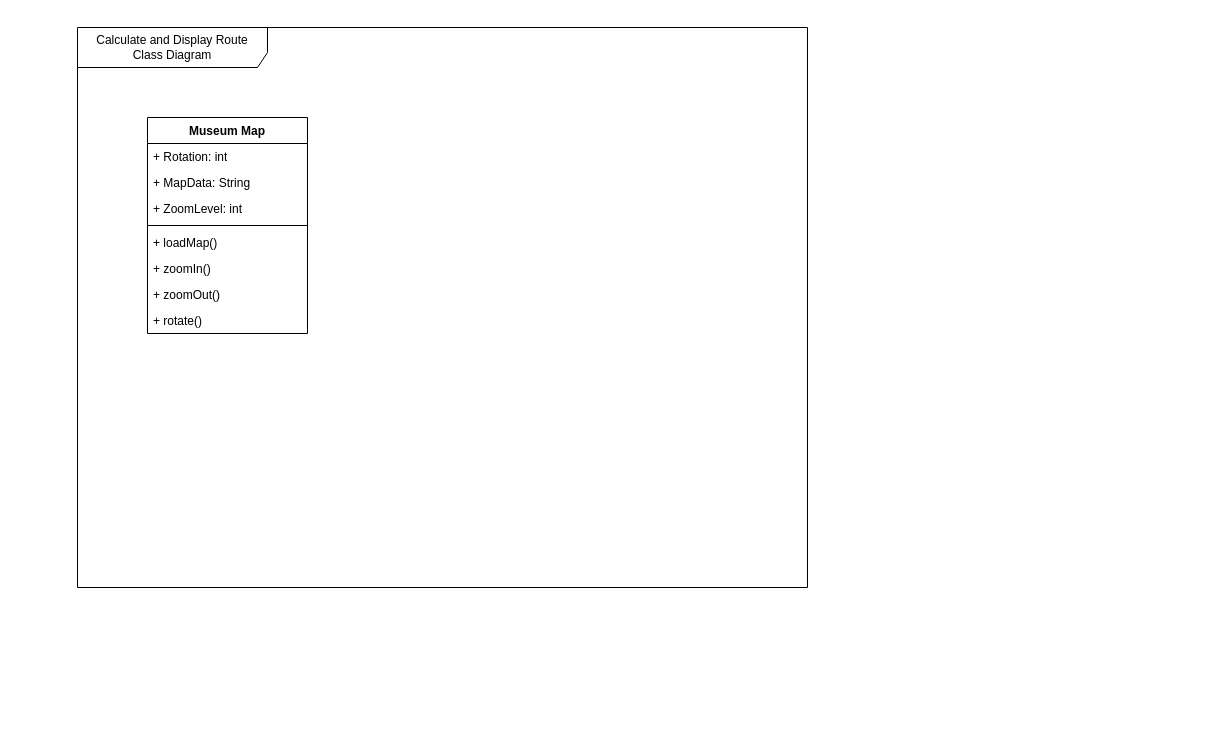
Above: Class Diagrams/Calculate and Display Route.drawio in gsklaven/MusePath (draw.io), before the change. Source tidied: cells renumbered, new cells numbered last; positions are measured from the earlier drawing's top-left corner, leaving out a move shared by most shapes. Both pictures are drawn from the tidied source at 100%, with x=0, y=0 at pixel (77, 27).
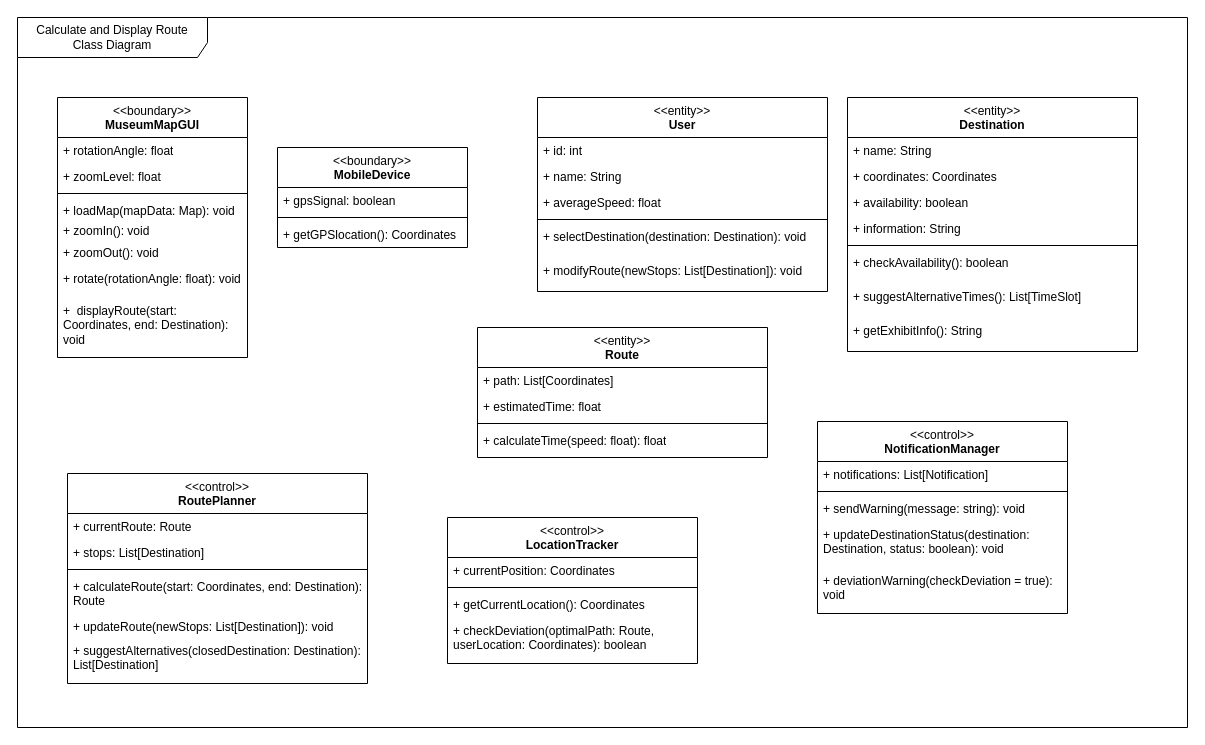
The same page after the edit.

Commit message:
update class diagram

What changed in the source:
```diff
@@
-    <mxCell id="2" value="Museum Map" style="swimlane;fontStyle=1;align=center;verticalAlign=top;horizontal=1;startSize=26;whiteSpace=wrap;html=1;" parent="1" vertex="1">
-      <mxGeometry x="70" y="90" width="160" height="216" as="geometry" />
+    <mxCell id="2" value="&lt;div&gt;&lt;span style=&quot;font-weight: normal;&quot;&gt;&amp;lt;&amp;lt;boundary&amp;gt;&amp;gt;&lt;/span&gt;&lt;/div&gt;MuseumMapGUI" style="swimlane;fontStyle=1;align=center;verticalAlign=top;horizontal=1;startSize=40;whiteSpace=wrap;html=1;" parent="1" vertex="1">
+      <mxGeometry x="-20" y="70" width="190" height="260" as="geometry" />
     </mxCell>
-    <mxCell id="3" value="+ Rotation: int" style="text;strokeColor=none;fillColor=none;align=left;verticalAlign=top;spacingLeft=4;spacingRight=4;overflow=hidden;whiteSpace=wrap;html=1;" parent="2" vertex="1">
-      <mxGeometry y="26" width="160" height="26" as="geometry" />
+    <mxCell id="3" value="+ rotationAngle: float" style="text;strokeColor=none;fillColor=none;align=left;verticalAlign=top;spacingLeft=4;spacingRight=4;overflow=hidden;whiteSpace=wrap;html=1;" parent="2" vertex="1">
+      <mxGeometry y="40" width="190" height="26" as="geometry" />
     </mxCell>
-    <mxCell id="4" value="+ MapData: String" style="text;strokeColor=none;fillColor=none;align=left;verticalAlign=top;spacingLeft=4;spacingRight=4;overflow=hidden;whiteSpace=wrap;html=1;" parent="2" vertex="1">
-      <mxGeometry y="52" width="160" height="26" as="geometry" />
-    </mxCell>
-    <mxCell id="5" value="+ ZoomLevel: int" style="text;strokeColor=none;fillColor=none;align=left;verticalAlign=top;spacingLeft=4;spacingRight=4;overflow=hidden;whiteSpace=wrap;html=1;" parent="2" vertex="1">
-      <mxGeometry y="78" width="160" height="26" as="geometry" />
+    <mxCell id="5" value="+ zoomLevel: float" style="text;strokeColor=none;fillColor=none;align=left;verticalAlign=top;spacingLeft=4;spacingRight=4;overflow=hidden;whiteSpace=wrap;html=1;" parent="2" vertex="1">
+      <mxGeometry y="66" width="190" height="26" as="geometry" />
     </mxCell>
     <mxCell id="6" style="line;strokeWidth=1;fillColor=none;align=left;verticalAlign=middle;spacingTop=-1;spacingLeft=3;spacingRight=3;labelPosition=right;strokeColor=inherit;" parent="2" vertex="1">
-      <mxGeometry y="104" width="160" height="8" as="geometry" />
+      <mxGeometry y="92" width="190" height="8" as="geometry" />
     </mxCell>
-    <mxCell id="7" value="+ loadMap()" style="text;strokeColor=none;fillColor=none;align=left;verticalAlign=top;spacingLeft=4;spacingRight=4;overflow=hidden;whiteSpace=wrap;html=1;" parent="2" vertex="1">
-      <mxGeometry y="112" width="160" height="26" as="geometry" />
+    <mxCell id="7" value="+ loadMap(mapData: Map): void" style="text;strokeColor=none;fillColor=none;align=left;verticalAlign=top;spacingLeft=4;spacingRight=4;overflow=hidden;whiteSpace=wrap;html=1;" parent="2" vertex="1">
+      <mxGeometry y="100" width="190" height="20" as="geometry" />
     </mxCell>
-    <mxCell id="8" value="+ zoomIn()" style="text;strokeColor=none;fillColor=none;align=left;verticalAlign=top;spacingLeft=4;spacingRight=4;overflow=hidden;whiteSpace=wrap;html=1;" parent="2" vertex="1">
-      <mxGeometry y="138" width="160" height="26" as="geometry" />
+    <mxCell id="8" value="+ zoomIn(): void" style="text;strokeColor=none;fillColor=none;align=left;verticalAlign=top;spacingLeft=4;spacingRight=4;overflow=hidden;whiteSpace=wrap;html=1;" parent="2" vertex="1">
+      <mxGeometry y="120" width="190" height="22" as="geometry" />
     </mxCell>
-    <mxCell id="9" value="+ zoomOut()" style="text;strokeColor=none;fillColor=none;align=left;verticalAlign=top;spacingLeft=4;spacingRight=4;overflow=hidden;whiteSpace=wrap;html=1;" parent="2" vertex="1">
-      <mxGeometry y="164" width="160" height="26" as="geometry" />
+    <mxCell id="9" value="+ zoomOut(): void" style="text;strokeColor=none;fillColor=none;align=left;verticalAlign=top;spacingLeft=4;spacingRight=4;overflow=hidden;whiteSpace=wrap;html=1;" parent="2" vertex="1">
+      <mxGeometry y="142" width="190" height="26" as="geometry" />
     </mxCell>
+    <mxCell id="12" value="+ rotate(rotationAngle: float): void" style="text;strokeColor=none;fillColor=none;align=left;verticalAlign=top;spacingLeft=4;spacingRight=4;overflow=hidden;whiteSpace=wrap;html=1;" parent="2" vertex="1">
+      <mxGeometry y="168" width="190" height="32" as="geometry" />
+    </mxCell>
-    <mxCell id="10" value="+ rotate()" style="text;strokeColor=none;fillColor=none;align=left;verticalAlign=top;spacingLeft=4;spacingRight=4;overflow=hidden;whiteSpace=wrap;html=1;" parent="2" vertex="1">
-      <mxGeometry y="190" width="160" height="26" as="geometry" />
+    <mxCell id="10" value="+&amp;nbsp;&amp;nbsp;displayRoute(start: Coordinates, end: Destination): void" style="text;strokeColor=none;fillColor=none;align=left;verticalAlign=top;spacingLeft=4;spacingRight=4;overflow=hidden;whiteSpace=wrap;html=1;" parent="2" vertex="1">
+      <mxGeometry y="200" width="190" height="60" as="geometry" />
     </mxCell>
     <mxCell id="11" value="Calculate and Display Route&lt;div&gt;Class Diagram&lt;/div&gt;" style="shape=umlFrame;whiteSpace=wrap;html=1;width=190;height=40;" parent="1" vertex="1">
-      <mxGeometry width="730" height="560" as="geometry" />
+      <mxGeometry x="-60" y="-10" width="1170" height="710" as="geometry" />
     </mxCell>
+    <mxCell id="13" value="&lt;div&gt;&lt;span style=&quot;font-weight: normal;&quot;&gt;&amp;lt;&amp;lt;boundary&amp;gt;&amp;gt;&lt;/span&gt;&lt;/div&gt;MobileDevice" style="swimlane;fontStyle=1;align=center;verticalAlign=top;horizontal=1;startSize=40;whiteSpace=wrap;html=1;" parent="1" vertex="1">
+      <mxGeometry x="200" y="120" width="190" height="100" as="geometry" />
+    </mxCell>
+    <mxCell id="14" value="+ gpsSignal: boolean" style="text;strokeColor=none;fillColor=none;align=left;verticalAlign=top;spacingLeft=4;spacingRight=4;overflow=hidden;whiteSpace=wrap;html=1;" parent="13" vertex="1">
+      <mxGeometry y="40" width="190" height="26" as="geometry" />
+    </mxCell>
+    <mxCell id="15" style="line;strokeWidth=1;fillColor=none;align=left;verticalAlign=middle;spacingTop=-1;spacingLeft=3;spacingRight=3;labelPosition=right;strokeColor=inherit;" parent="13" vertex="1">
+      <mxGeometry y="66" width="190" height="8" as="geometry" />
+    </mxCell>
+    <mxCell id="16" value="+ getGPSlocation(): Coordinates" style="text;strokeColor=none;fillColor=none;align=left;verticalAlign=top;spacingLeft=4;spacingRight=4;overflow=hidden;whiteSpace=wrap;html=1;" parent="13" vertex="1">
+      <mxGeometry y="74" width="190" height="26" as="geometry" />
+    </mxCell>
+    <mxCell id="17" value="&lt;div&gt;&lt;span style=&quot;font-weight: normal;&quot;&gt;&amp;lt;&amp;lt;entity&amp;gt;&amp;gt;&lt;/span&gt;&lt;/div&gt;User" style="swimlane;fontStyle=1;align=center;verticalAlign=top;horizontal=1;startSize=40;whiteSpace=wrap;html=1;" parent="1" vertex="1">
+      <mxGeometry x="460" y="70" width="290" height="194" as="geometry" />
+    </mxCell>
+    <mxCell id="18" value="+ id: int" style="text;strokeColor=none;fillColor=none;align=left;verticalAlign=top;spacingLeft=4;spacingRight=4;overflow=hidden;whiteSpace=wrap;html=1;" parent="17" vertex="1">
+      <mxGeometry y="40" width="290" height="26" as="geometry" />
+    </mxCell>
+    <mxCell id="19" value="+ name: String" style="text;strokeColor=none;fillColor=none;align=left;verticalAlign=top;spacingLeft=4;spacingRight=4;overflow=hidden;whiteSpace=wrap;html=1;" parent="17" vertex="1">
+      <mxGeometry y="66" width="290" height="26" as="geometry" />
+    </mxCell>
+    <mxCell id="20" value="+ averageSpeed: float" style="text;strokeColor=none;fillColor=none;align=left;verticalAlign=top;spacingLeft=4;spacingRight=4;overflow=hidden;whiteSpace=wrap;html=1;" parent="17" vertex="1">
+      <mxGeometry y="92" width="290" height="26" as="geometry" />
+    </mxCell>
+    <mxCell id="21" style="line;strokeWidth=1;fillColor=none;align=left;verticalAlign=middle;spacingTop=-1;spacingLeft=3;spacingRight=3;labelPosition=right;strokeColor=inherit;" parent="17" vertex="1">
+      <mxGeometry y="118" width="290" height="8" as="geometry" />
+    </mxCell>
+    <mxCell id="22" value="+ selectDestination(destination: Destination): void" style="text;strokeColor=none;fillColor=none;align=left;verticalAlign=top;spacingLeft=4;spacingRight=4;overflow=hidden;whiteSpace=wrap;html=1;" parent="17" vertex="1">
+      <mxGeometry y="126" width="290" height="34" as="geometry" />
+    </mxCell>
+    <mxCell id="23" value="+ modifyRoute(newStops: List[Destination]): void" style="text;strokeColor=none;fillColor=none;align=left;verticalAlign=top;spacingLeft=4;spacingRight=4;overflow=hidden;whiteSpace=wrap;html=1;" parent="17" vertex="1">
+      <mxGeometry y="160" width="290" height="34" as="geometry" />
+    </mxCell>
+    <mxCell id="24" value="&lt;div&gt;&lt;span style=&quot;font-weight: normal;&quot;&gt;&amp;lt;&amp;lt;entity&amp;gt;&amp;gt;&lt;/span&gt;&lt;/div&gt;Destination" style="swimlane;fontStyle=1;align=center;verticalAlign=top;horizontal=1;startSize=40;whiteSpace=wrap;html=1;" parent="1" vertex="1">
+      <mxGeometry x="770" y="70" width="290" height="254" as="geometry" />
+    </mxCell>
+    <mxCell id="25" value="+ name: String" style="text;strokeColor=none;fillColor=none;align=left;verticalAlign=top;spacingLeft=4;spacingRight=4;overflow=hidden;whiteSpace=wrap;html=1;" parent="24" vertex="1">
+      <mxGeometry y="40" width="290" height="26" as="geometry" />
+    </mxCell>
+    <mxCell id="26" value="+ coordinates: Coordinates" style="text;strokeColor=none;fillColor=none;align=left;verticalAlign=top;spacingLeft=4;spacingRight=4;overflow=hidden;whiteSpace=wrap;html=1;" parent="24" vertex="1">
+      <mxGeometry y="66" width="290" height="26" as="geometry" />
+    </mxCell>
+    <mxCell id="27" value="+ availability: boolean" style="text;strokeColor=none;fillColor=none;align=left;verticalAlign=top;spacingLeft=4;spacingRight=4;overflow=hidden;whiteSpace=wrap;html=1;" parent="24" vertex="1">
+      <mxGeometry y="92" width="290" height="26" as="geometry" />
+    </mxCell>
+    <mxCell id="28" value="+ information: String" style="text;strokeColor=none;fillColor=none;align=left;verticalAlign=top;spacingLeft=4;spacingRight=4;overflow=hidden;whiteSpace=wrap;html=1;" parent="24" vertex="1">
+      <mxGeometry y="118" width="290" height="26" as="geometry" />
+    </mxCell>
+    <mxCell id="29" style="line;strokeWidth=1;fillColor=none;align=left;verticalAlign=middle;spacingTop=-1;spacingLeft=3;spacingRight=3;labelPosition=right;strokeColor=inherit;" parent="24" vertex="1">
+      <mxGeometry y="144" width="290" height="8" as="geometry" />
+    </mxCell>
+    <mxCell id="30" value="+ checkAvailability(): boolean" style="text;strokeColor=none;fillColor=none;align=left;verticalAlign=top;spacingLeft=4;spacingRight=4;overflow=hidden;whiteSpace=wrap;html=1;" parent="24" vertex="1">
+      <mxGeometry y="152" width="290" height="34" as="geometry" />
+    </mxCell>
+    <mxCell id="31" value="+ suggestAlternativeTimes(): List[TimeSlot]" style="text;strokeColor=none;fillColor=none;align=left;verticalAlign=top;spacingLeft=4;spacingRight=4;overflow=hidden;whiteSpace=wrap;html=1;" parent="24" vertex="1">
+      <mxGeometry y="186" width="290" height="34" as="geometry" />
+    </mxCell>
+    <mxCell id="32" value="+&amp;nbsp;getExhibitInfo(): String" style="text;strokeColor=none;fillColor=none;align=left;verticalAlign=top;spacingLeft=4;spacingRight=4;overflow=hidden;whiteSpace=wrap;html=1;" parent="24" vertex="1">
+      <mxGeometry y="220" width="290" height="34" as="geometry" />
+    </mxCell>
+    <mxCell id="33" value="&lt;div&gt;&lt;span style=&quot;font-weight: normal;&quot;&gt;&amp;lt;&amp;lt;entity&amp;gt;&amp;gt;&lt;/span&gt;&lt;/div&gt;Route" style="swimlane;fontStyle=1;align=center;verticalAlign=top;horizontal=1;startSize=40;whiteSpace=wrap;html=1;" parent="1" vertex="1">
+      <mxGeometry x="400" y="300" width="290" height="130" as="geometry" />
+    </mxCell>
+    <mxCell id="34" value="+ path: List[Coordinates]" style="text;strokeColor=none;fillColor=none;align=left;verticalAlign=top;spacingLeft=4;spacingRight=4;overflow=hidden;whiteSpace=wrap;html=1;" parent="33" vertex="1">
+      <mxGeometry y="40" width="290" height="26" as="geometry" />
+    </mxCell>
+    <mxCell id="35" value="+ estimatedTime: float" style="text;strokeColor=none;fillColor=none;align=left;verticalAlign=top;spacingLeft=4;spacingRight=4;overflow=hidden;whiteSpace=wrap;html=1;" parent="33" vertex="1">
+      <mxGeometry y="66" width="290" height="26" as="geometry" />
+    </mxCell>
+    <mxCell id="36" style="line;strokeWidth=1;fillColor=none;align=left;verticalAlign=middle;spacingTop=-1;spacingLeft=3;spacingRight=3;labelPosition=right;strokeColor=inherit;" parent="33" vertex="1">
+      <mxGeometry y="92" width="290" height="8" as="geometry" />
+    </mxCell>
+    <mxCell id="37" value="+ calculateTime(speed: float): float" style="text;strokeColor=none;fillColor=none;align=left;verticalAlign=top;spacingLeft=4;spacingRight=4;overflow=hidden;whiteSpace=wrap;html=1;" parent="33" vertex="1">
+      <mxGeometry y="100" width="290" height="30" as="geometry" />
+    </mxCell>
+    <mxCell id="38" value="&lt;div&gt;&lt;span style=&quot;font-weight: normal;&quot;&gt;&amp;lt;&amp;lt;control&amp;gt;&amp;gt;&lt;/span&gt;&lt;/div&gt;RoutePlanner" style="swimlane;fontStyle=1;align=center;verticalAlign=top;horizontal=1;startSize=40;whiteSpace=wrap;html=1;" parent="1" vertex="1">
+      <mxGeometry x="-10" y="446" width="300" height="210" as="geometry" />
+    </mxCell>
+    <mxCell id="39" value="+ currentRoute: Route" style="text;strokeColor=none;fillColor=none;align=left;verticalAlign=top;spacingLeft=4;spacingRight=4;overflow=hidden;whiteSpace=wrap;html=1;" parent="38" vertex="1">
+      <mxGeometry y="40" width="300" height="26" as="geometry" />
+    </mxCell>
+    <mxCell id="40" value="+ stops: List[Destination]" style="text;strokeColor=none;fillColor=none;align=left;verticalAlign=top;spacingLeft=4;spacingRight=4;overflow=hidden;whiteSpace=wrap;html=1;" parent="38" vertex="1">
+      <mxGeometry y="66" width="300" height="26" as="geometry" />
+    </mxCell>
+    <mxCell id="41" style="line;strokeWidth=1;fillColor=none;align=left;verticalAlign=middle;spacingTop=-1;spacingLeft=3;spacingRight=3;labelPosition=right;strokeColor=inherit;" parent="38" vertex="1">
+      <mxGeometry y="92" width="300" height="8" as="geometry" />
+    </mxCell>
+    <mxCell id="42" value="+&amp;nbsp;calculateRoute(start: Coordinates, end: Destination): Route" style="text;strokeColor=none;fillColor=none;align=left;verticalAlign=top;spacingLeft=4;spacingRight=4;overflow=hidden;whiteSpace=wrap;html=1;" parent="38" vertex="1">
+      <mxGeometry y="100" width="300" height="40" as="geometry" />
+    </mxCell>
+    <mxCell id="43" value="+&amp;nbsp;updateRoute(newStops: List[Destination]): void" style="text;strokeColor=none;fillColor=none;align=left;verticalAlign=top;spacingLeft=4;spacingRight=4;overflow=hidden;whiteSpace=wrap;html=1;" parent="38" vertex="1">
+      <mxGeometry y="140" width="300" height="24" as="geometry" />
+    </mxCell>
+    <mxCell id="44" value="+&amp;nbsp;&lt;span style=&quot;background-color: transparent; color: light-dark(rgb(0, 0, 0), rgb(255, 255, 255));&quot;&gt;suggestAlternatives(closedDestination: Destination): List[Destination]&lt;/span&gt;&lt;h4 class=&quot;&quot;&gt;&lt;/h4&gt;" style="text;strokeColor=none;fillColor=none;align=left;verticalAlign=top;spacingLeft=4;spacingRight=4;overflow=hidden;whiteSpace=wrap;html=1;" parent="38" vertex="1">
+      <mxGeometry y="164" width="300" height="46" as="geometry" />
+    </mxCell>
+    <mxCell id="45" value="&lt;div&gt;&lt;span style=&quot;font-weight: normal;&quot;&gt;&amp;lt;&amp;lt;control&amp;gt;&amp;gt;&lt;/span&gt;&lt;/div&gt;NotificationManager" style="swimlane;fontStyle=1;align=center;verticalAlign=top;horizontal=1;startSize=40;whiteSpace=wrap;html=1;" parent="1" vertex="1">
+      <mxGeometry x="740" y="394" width="250" height="192" as="geometry" />
+    </mxCell>
+    <mxCell id="46" value="+ notifications: List[Notification]" style="text;strokeColor=none;fillColor=none;align=left;verticalAlign=top;spacingLeft=4;spacingRight=4;overflow=hidden;whiteSpace=wrap;html=1;" parent="45" vertex="1">
+      <mxGeometry y="40" width="250" height="26" as="geometry" />
+    </mxCell>
+    <mxCell id="47" style="line;strokeWidth=1;fillColor=none;align=left;verticalAlign=middle;spacingTop=-1;spacingLeft=3;spacingRight=3;labelPosition=right;strokeColor=inherit;" parent="45" vertex="1">
+      <mxGeometry y="66" width="250" height="8" as="geometry" />
+    </mxCell>
+    <mxCell id="48" value="+ sendWarning(message: string): void" style="text;strokeColor=none;fillColor=none;align=left;verticalAlign=top;spacingLeft=4;spacingRight=4;overflow=hidden;whiteSpace=wrap;html=1;" parent="45" vertex="1">
+      <mxGeometry y="74" width="250" height="26" as="geometry" />
+    </mxCell>
+    <mxCell id="49" value="+&amp;nbsp;updateDestinationStatus(destination: Destination, status: boolean): void&lt;h4 class=&quot;&quot;&gt;&lt;/h4&gt;" style="text;strokeColor=none;fillColor=none;align=left;verticalAlign=top;spacingLeft=4;spacingRight=4;overflow=hidden;whiteSpace=wrap;html=1;" parent="45" vertex="1">
+      <mxGeometry y="100" width="250" height="46" as="geometry" />
+    </mxCell>
+    <mxCell id="50" value="+ deviationWarning(checkDeviation = true): void&lt;h4 class=&quot;&quot;&gt;&lt;/h4&gt;" style="text;strokeColor=none;fillColor=none;align=left;verticalAlign=top;spacingLeft=4;spacingRight=4;overflow=hidden;whiteSpace=wrap;html=1;" parent="45" vertex="1">
+      <mxGeometry y="146" width="250" height="46" as="geometry" />
+    </mxCell>
+    <mxCell id="51" value="&lt;div&gt;&lt;span style=&quot;font-weight: normal;&quot;&gt;&amp;lt;&amp;lt;control&amp;gt;&amp;gt;&lt;/span&gt;&lt;/div&gt;LocationTracker" style="swimlane;fontStyle=1;align=center;verticalAlign=top;horizontal=1;startSize=40;whiteSpace=wrap;html=1;" parent="1" vertex="1">
+      <mxGeometry x="370" y="490" width="250" height="146" as="geometry" />
+    </mxCell>
+    <mxCell id="52" value="+&amp;nbsp;currentPosition: Coordinates" style="text;strokeColor=none;fillColor=none;align=left;verticalAlign=top;spacingLeft=4;spacingRight=4;overflow=hidden;whiteSpace=wrap;html=1;" parent="51" vertex="1">
+      <mxGeometry y="40" width="250" height="26" as="geometry" />
+    </mxCell>
+    <mxCell id="53" style="line;strokeWidth=1;fillColor=none;align=left;verticalAlign=middle;spacingTop=-1;spacingLeft=3;spacingRight=3;labelPosition=right;strokeColor=inherit;" parent="51" vertex="1">
+      <mxGeometry y="66" width="250" height="8" as="geometry" />
+    </mxCell>
+    <mxCell id="54" value="+&amp;nbsp;getCurrentLocation(): Coordinates" style="text;strokeColor=none;fillColor=none;align=left;verticalAlign=top;spacingLeft=4;spacingRight=4;overflow=hidden;whiteSpace=wrap;html=1;" parent="51" vertex="1">
+      <mxGeometry y="74" width="250" height="26" as="geometry" />
+    </mxCell>
+    <mxCell id="55" value="+&amp;nbsp;&lt;span style=&quot;background-color: transparent; color: light-dark(rgb(0, 0, 0), rgb(255, 255, 255));&quot;&gt;checkDeviation(optimalPath: Route, userLocation: Coordinates): boolean&lt;/span&gt;&lt;h4 class=&quot;&quot;&gt;&lt;/h4&gt;" style="text;strokeColor=none;fillColor=none;align=left;verticalAlign=top;spacingLeft=4;spacingRight=4;overflow=hidden;whiteSpace=wrap;html=1;" parent="51" vertex="1">
+      <mxGeometry y="100" width="250" height="46" as="geometry" />
+    </mxCell>
```
